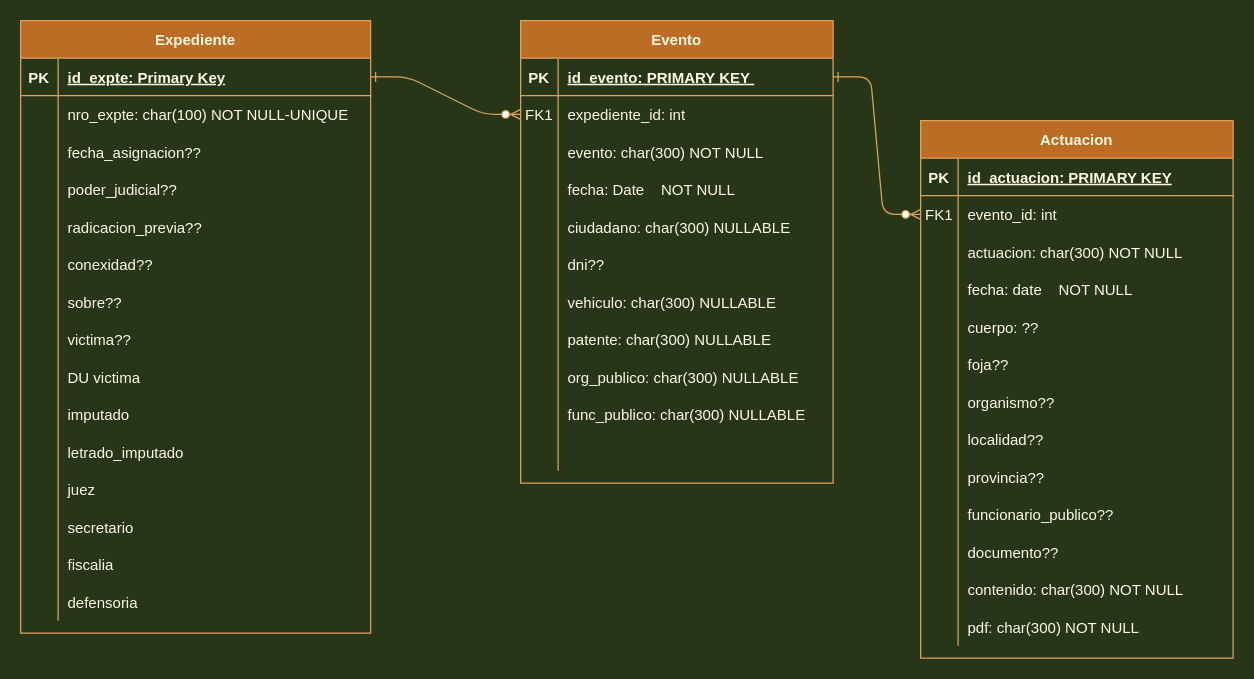
FSALVA157/EER_EXPTE keeps this draw.io diagram as Diagrama sin título.drawio. Above is the earlier version. Source tidied: cells renumbered, new cells numbered last; positions are measured from the earlier drawing's top-left corner, leaving out a move shared by most shapes. Both pictures are drawn from the tidied source at 125%, with x=0, y=0 at pixel (20, 20).
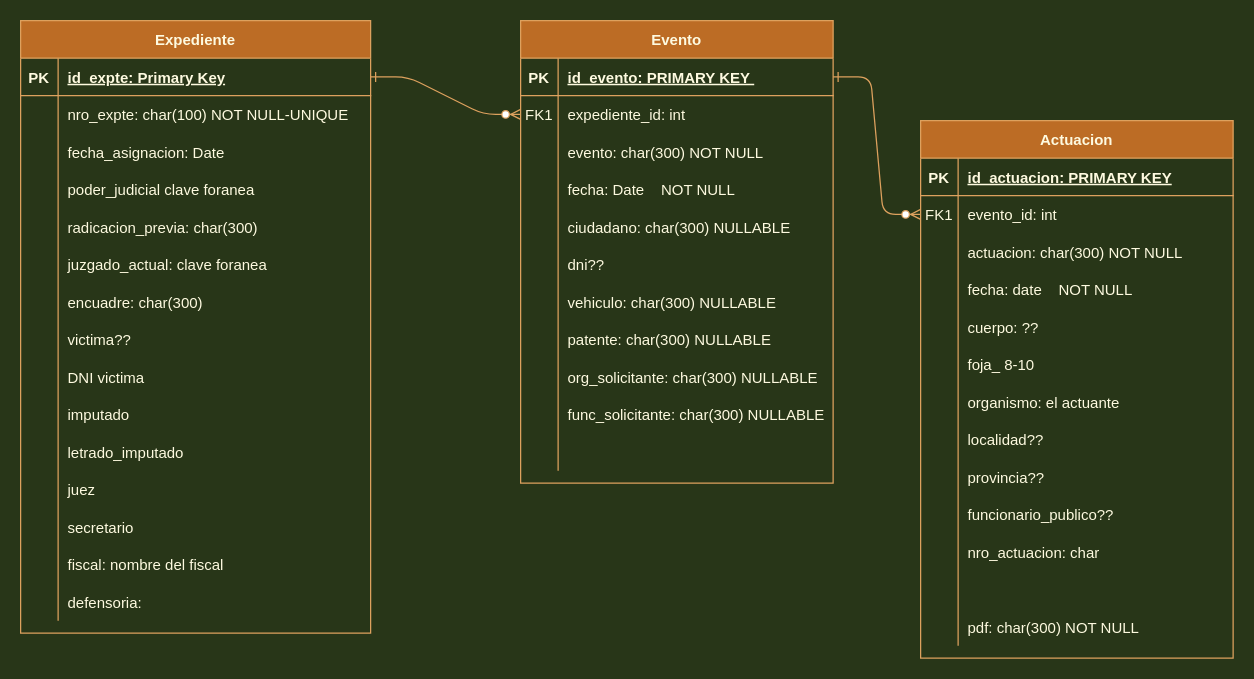
After the change.

Unchanged cells that the change refers to:
```xml
<mxCell id="29" style="shape=partialRectangle;fillColor=none;top=0;left=0;right=0;bottom=0;strokeColor=#DDA15E;fontColor=#FEFAE0;" parent="4" vertex="1">
  <mxGeometry y="270" width="250" height="30" as="geometry" />
</mxCell>
<mxCell id="32" style="shape=partialRectangle;fillColor=none;top=0;left=0;right=0;bottom=0;strokeColor=#DDA15E;fontColor=#FEFAE0;" parent="4" vertex="1">
  <mxGeometry y="300" width="250" height="30" as="geometry" />
</mxCell>
<mxCell id="54" style="shape=partialRectangle;fillColor=none;top=0;left=0;right=0;bottom=0;strokeColor=#DDA15E;fontColor=#FEFAE0;" parent="38" vertex="1">
  <mxGeometry y="180" width="250" height="30" as="geometry" />
</mxCell>
<mxCell id="57" style="shape=partialRectangle;fillColor=none;top=0;left=0;right=0;bottom=0;strokeColor=#DDA15E;fontColor=#FEFAE0;" parent="38" vertex="1">
  <mxGeometry y="210" width="250" height="30" as="geometry" />
</mxCell>
<mxCell id="69" style="shape=partialRectangle;fillColor=none;top=0;left=0;right=0;bottom=0;strokeColor=#DDA15E;fontColor=#FEFAE0;" parent="38" vertex="1">
  <mxGeometry y="330" width="250" height="30" as="geometry" />
</mxCell>
<mxCell id="72" style="shape=partialRectangle;fillColor=none;top=0;left=0;right=0;bottom=0;strokeColor=#DDA15E;fontColor=#FEFAE0;" parent="38" vertex="1">
  <mxGeometry y="360" width="250" height="30" as="geometry" />
</mxCell>
<mxCell id="85" style="shape=partialRectangle;fillColor=none;top=0;left=0;right=0;bottom=0;strokeColor=#DDA15E;fontColor=#FEFAE0;" parent="78" vertex="1">
  <mxGeometry y="90" width="280" height="30" as="geometry" />
</mxCell>
<mxCell id="88" style="shape=partialRectangle;fillColor=none;top=0;left=0;right=0;bottom=0;strokeColor=#DDA15E;fontColor=#FEFAE0;" parent="78" vertex="1">
  <mxGeometry y="120" width="280" height="30" as="geometry" />
</mxCell>
<mxCell id="91" style="shape=partialRectangle;fillColor=none;top=0;left=0;right=0;bottom=0;strokeColor=#DDA15E;fontColor=#FEFAE0;" parent="78" vertex="1">
  <mxGeometry y="150" width="280" height="30" as="geometry" />
</mxCell>
<mxCell id="94" style="shape=partialRectangle;fillColor=none;top=0;left=0;right=0;bottom=0;strokeColor=#DDA15E;fontColor=#FEFAE0;" parent="78" vertex="1">
  <mxGeometry y="180" width="280" height="30" as="geometry" />
</mxCell>
<mxCell id="97" style="shape=partialRectangle;fillColor=none;top=0;left=0;right=0;bottom=0;strokeColor=#DDA15E;fontColor=#FEFAE0;" parent="78" vertex="1">
  <mxGeometry y="210" width="280" height="30" as="geometry" />
</mxCell>
<mxCell id="103" style="shape=partialRectangle;fillColor=none;top=0;left=0;right=0;bottom=0;strokeColor=#DDA15E;fontColor=#FEFAE0;" parent="78" vertex="1">
  <mxGeometry y="270" width="280" height="30" as="geometry" />
</mxCell>
<mxCell id="118" style="shape=partialRectangle;fillColor=none;top=0;left=0;right=0;bottom=0;strokeColor=#DDA15E;fontColor=#FEFAE0;" parent="78" vertex="1">
  <mxGeometry y="420" width="280" height="30" as="geometry" />
</mxCell>
<mxCell id="121" style="shape=partialRectangle;fillColor=none;top=0;left=0;right=0;bottom=0;strokeColor=#DDA15E;fontColor=#FEFAE0;" parent="78" vertex="1">
  <mxGeometry y="450" width="280" height="30" as="geometry" />
</mxCell>
```

Change to the diagram source:
```diff
@@
-    <mxCell id="31" value="org_publico: char(300) NULLABLE" style="shape=partialRectangle;overflow=hidden;fillColor=none;top=0;left=0;bottom=0;right=0;align=left;spacingLeft=6;strokeColor=#DDA15E;fontColor=#FEFAE0;" parent="29" vertex="1">
+    <mxCell id="31" value="org_solicitante: char(300) NULLABLE" style="shape=partialRectangle;overflow=hidden;fillColor=none;top=0;left=0;bottom=0;right=0;align=left;spacingLeft=6;strokeColor=#DDA15E;fontColor=#FEFAE0;" parent="29" vertex="1">
       <mxGeometry x="30" width="220" height="30" as="geometry" />
     </mxCell>
@@
-    <mxCell id="34" value="func_publico: char(300) NULLABLE" style="shape=partialRectangle;overflow=hidden;fillColor=none;top=0;left=0;bottom=0;right=0;align=left;spacingLeft=6;strokeColor=#DDA15E;fontColor=#FEFAE0;" parent="32" vertex="1">
+    <mxCell id="34" value="func_solicitante: char(300) NULLABLE" style="shape=partialRectangle;overflow=hidden;fillColor=none;top=0;left=0;bottom=0;right=0;align=left;spacingLeft=6;strokeColor=#DDA15E;fontColor=#FEFAE0;" parent="32" vertex="1">
       <mxGeometry x="30" width="220" height="30" as="geometry" />
     </mxCell>
@@
-    <mxCell id="56" value="foja??" style="shape=partialRectangle;overflow=hidden;fillColor=none;top=0;left=0;bottom=0;right=0;align=left;spacingLeft=6;strokeColor=#DDA15E;fontColor=#FEFAE0;" parent="54" vertex="1">
+    <mxCell id="56" value="foja_ 8-10" style="shape=partialRectangle;overflow=hidden;fillColor=none;top=0;left=0;bottom=0;right=0;align=left;spacingLeft=6;strokeColor=#DDA15E;fontColor=#FEFAE0;" parent="54" vertex="1">
       <mxGeometry x="30" width="220" height="30" as="geometry" />
     </mxCell>
@@
-    <mxCell id="59" value="organismo??" style="shape=partialRectangle;overflow=hidden;fillColor=none;top=0;left=0;bottom=0;right=0;align=left;spacingLeft=6;strokeColor=#DDA15E;fontColor=#FEFAE0;" parent="57" vertex="1">
+    <mxCell id="59" value="organismo: el actuante" style="shape=partialRectangle;overflow=hidden;fillColor=none;top=0;left=0;bottom=0;right=0;align=left;spacingLeft=6;strokeColor=#DDA15E;fontColor=#FEFAE0;" parent="57" vertex="1">
       <mxGeometry x="30" width="220" height="30" as="geometry" />
     </mxCell>
@@
-    <mxCell id="71" value="documento??" style="shape=partialRectangle;overflow=hidden;fillColor=none;top=0;left=0;bottom=0;right=0;align=left;spacingLeft=6;strokeColor=#DDA15E;fontColor=#FEFAE0;" parent="69" vertex="1">
+    <mxCell id="71" value="nro_actuacion: char" style="shape=partialRectangle;overflow=hidden;fillColor=none;top=0;left=0;bottom=0;right=0;align=left;spacingLeft=6;strokeColor=#DDA15E;fontColor=#FEFAE0;" parent="69" vertex="1">
       <mxGeometry x="30" width="220" height="30" as="geometry" />
     </mxCell>
@@
-    <mxCell id="74" value="contenido: char(300) NOT NULL" style="shape=partialRectangle;overflow=hidden;fillColor=none;top=0;left=0;bottom=0;right=0;align=left;spacingLeft=6;strokeColor=#DDA15E;fontColor=#FEFAE0;" parent="72" vertex="1">
+    <mxCell id="74" style="shape=partialRectangle;overflow=hidden;fillColor=none;top=0;left=0;bottom=0;right=0;align=left;spacingLeft=6;strokeColor=#DDA15E;fontColor=#FEFAE0;" parent="72" vertex="1">
       <mxGeometry x="30" width="220" height="30" as="geometry" />
     </mxCell>
@@
-    <mxCell id="87" value="fecha_asignacion??" style="shape=partialRectangle;overflow=hidden;fillColor=none;top=0;left=0;bottom=0;right=0;align=left;spacingLeft=6;strokeColor=#DDA15E;fontColor=#FEFAE0;" parent="85" vertex="1">
+    <mxCell id="87" value="fecha_asignacion: Date " style="shape=partialRectangle;overflow=hidden;fillColor=none;top=0;left=0;bottom=0;right=0;align=left;spacingLeft=6;strokeColor=#DDA15E;fontColor=#FEFAE0;" parent="85" vertex="1">
       <mxGeometry x="30" width="250" height="30" as="geometry" />
     </mxCell>
@@
-    <mxCell id="90" value="poder_judicial??" style="shape=partialRectangle;overflow=hidden;fillColor=none;top=0;left=0;bottom=0;right=0;align=left;spacingLeft=6;strokeColor=#DDA15E;fontColor=#FEFAE0;" parent="88" vertex="1">
+    <mxCell id="90" value="poder_judicial clave foranea" style="shape=partialRectangle;overflow=hidden;fillColor=none;top=0;left=0;bottom=0;right=0;align=left;spacingLeft=6;strokeColor=#DDA15E;fontColor=#FEFAE0;" parent="88" vertex="1">
       <mxGeometry x="30" width="250" height="30" as="geometry" />
     </mxCell>
@@
-    <mxCell id="93" value="radicacion_previa??" style="shape=partialRectangle;overflow=hidden;fillColor=none;top=0;left=0;bottom=0;right=0;align=left;spacingLeft=6;strokeColor=#DDA15E;fontColor=#FEFAE0;" parent="91" vertex="1">
+    <mxCell id="93" value="radicacion_previa: char(300)" style="shape=partialRectangle;overflow=hidden;fillColor=none;top=0;left=0;bottom=0;right=0;align=left;spacingLeft=6;strokeColor=#DDA15E;fontColor=#FEFAE0;" parent="91" vertex="1">
       <mxGeometry x="30" width="250" height="30" as="geometry" />
     </mxCell>
@@
-    <mxCell id="96" value="conexidad??" style="shape=partialRectangle;overflow=hidden;fillColor=none;top=0;left=0;bottom=0;right=0;align=left;spacingLeft=6;strokeColor=#DDA15E;fontColor=#FEFAE0;" parent="94" vertex="1">
+    <mxCell id="96" value="juzgado_actual: clave foranea" style="shape=partialRectangle;overflow=hidden;fillColor=none;top=0;left=0;bottom=0;right=0;align=left;spacingLeft=6;strokeColor=#DDA15E;fontColor=#FEFAE0;" parent="94" vertex="1">
       <mxGeometry x="30" width="250" height="30" as="geometry" />
     </mxCell>
@@
-    <mxCell id="99" value="sobre??" style="shape=partialRectangle;overflow=hidden;fillColor=none;top=0;left=0;bottom=0;right=0;align=left;spacingLeft=6;strokeColor=#DDA15E;fontColor=#FEFAE0;" parent="97" vertex="1">
+    <mxCell id="99" value="encuadre: char(300)" style="shape=partialRectangle;overflow=hidden;fillColor=none;top=0;left=0;bottom=0;right=0;align=left;spacingLeft=6;strokeColor=#DDA15E;fontColor=#FEFAE0;" parent="97" vertex="1">
       <mxGeometry x="30" width="250" height="30" as="geometry" />
     </mxCell>
@@
-    <mxCell id="105" value="DU victima" style="shape=partialRectangle;overflow=hidden;fillColor=none;top=0;left=0;bottom=0;right=0;align=left;spacingLeft=6;strokeColor=#DDA15E;fontColor=#FEFAE0;" parent="103" vertex="1">
+    <mxCell id="105" value="DNI victima" style="shape=partialRectangle;overflow=hidden;fillColor=none;top=0;left=0;bottom=0;right=0;align=left;spacingLeft=6;strokeColor=#DDA15E;fontColor=#FEFAE0;" parent="103" vertex="1">
       <mxGeometry x="30" width="250" height="30" as="geometry" />
     </mxCell>
@@
-    <mxCell id="120" value="fiscalia" style="shape=partialRectangle;overflow=hidden;fillColor=none;top=0;left=0;bottom=0;right=0;align=left;spacingLeft=6;strokeColor=#DDA15E;fontColor=#FEFAE0;" parent="118" vertex="1">
+    <mxCell id="120" value="fiscal: nombre del fiscal" style="shape=partialRectangle;overflow=hidden;fillColor=none;top=0;left=0;bottom=0;right=0;align=left;spacingLeft=6;strokeColor=#DDA15E;fontColor=#FEFAE0;" parent="118" vertex="1">
       <mxGeometry x="30" width="250" height="30" as="geometry" />
     </mxCell>
@@
-    <mxCell id="123" value="defensoria" style="shape=partialRectangle;overflow=hidden;fillColor=none;top=0;left=0;bottom=0;right=0;align=left;spacingLeft=6;strokeColor=#DDA15E;fontColor=#FEFAE0;" parent="121" vertex="1">
+    <mxCell id="123" value="defensoria: " style="shape=partialRectangle;overflow=hidden;fillColor=none;top=0;left=0;bottom=0;right=0;align=left;spacingLeft=6;strokeColor=#DDA15E;fontColor=#FEFAE0;" parent="121" vertex="1">
       <mxGeometry x="30" width="250" height="30" as="geometry" />
     </mxCell>
```
